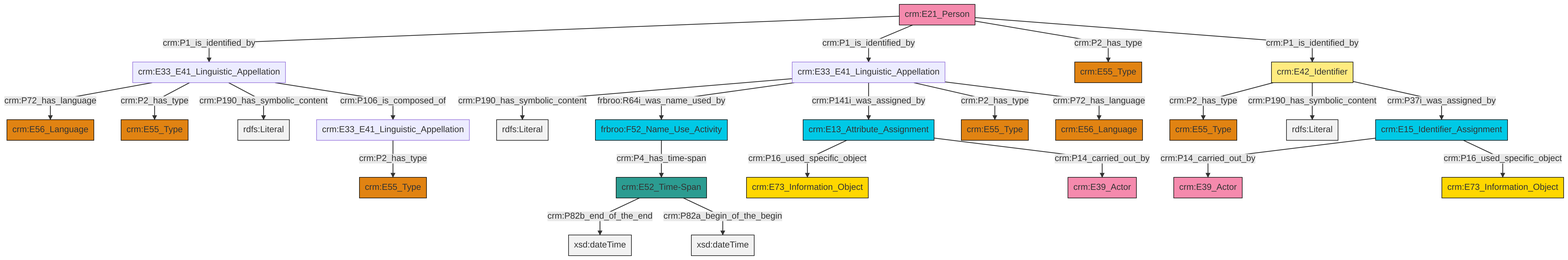
This is et/personCSV/ttl/mmd/png/Person_Names_and_Classification.png from swiss-art-research-net/reference-data-models, a Mermaid export, as it was before one commit. Its source is kept beside it as et/personCSV/ttl/mmd/Person_Names_and_Classification.ttl.mmd.
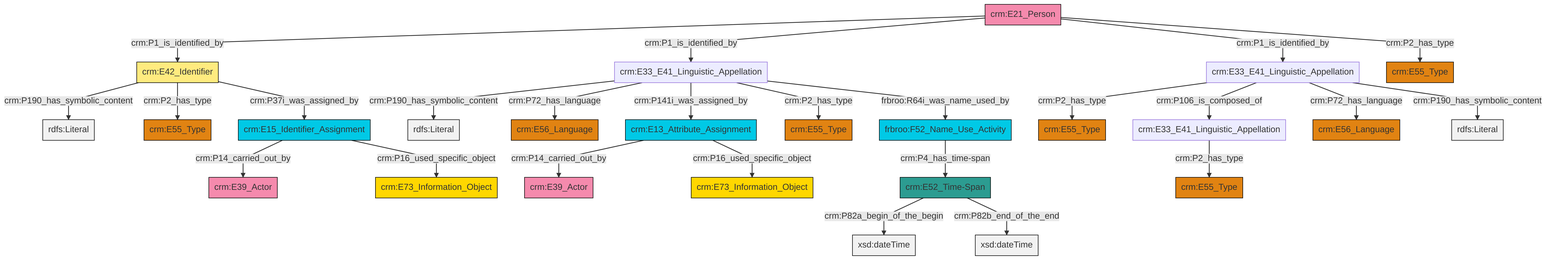
The same diagram one commit later.

Diff of the diagram source:
```diff
@@ -13,27 +13,27 @@
 classDef PC_Classes fill:#4ce600, stroke:#000000;
 classDef Multi fill:#cccccc,stroke:#000000;
 
-0["crm:E33_E41_Linguistic_Appellation"]:::Default -->|crm:P72_has_language| 1["crm:E56_Language"]:::Type
-2["crm:E21_Person"]:::Actor -->|crm:P1_is_identified_by| 0["crm:E33_E41_Linguistic_Appellation"]:::Default
-2["crm:E21_Person"]:::Actor -->|crm:P1_is_identified_by| 3["crm:E33_E41_Linguistic_Appellation"]:::Default
-3["crm:E33_E41_Linguistic_Appellation"]:::Default -->|crm:P190_has_symbolic_content| 4[rdfs:Literal]:::Literal
-0["crm:E33_E41_Linguistic_Appellation"]:::Default -->|crm:P2_has_type| 5["crm:E55_Type"]:::Type
-2["crm:E21_Person"]:::Actor -->|crm:P2_has_type| 7["crm:E55_Type"]:::Type
-11["crm:E33_E41_Linguistic_Appellation"]:::Default -->|crm:P2_has_type| 12["crm:E55_Type"]:::Type
-3["crm:E33_E41_Linguistic_Appellation"]:::Default -->|frbroo:R64i_was_name_used_by| 13["frbroo:F52_Name_Use_Activity"]:::Temporal_Entity
-17["crm:E42_Identifier"]:::Appellation -->|crm:P2_has_type| 15["crm:E55_Type"]:::Type
-17["crm:E42_Identifier"]:::Appellation -->|crm:P190_has_symbolic_content| 18[rdfs:Literal]:::Literal
-0["crm:E33_E41_Linguistic_Appellation"]:::Default -->|crm:P190_has_symbolic_content| 20[rdfs:Literal]:::Literal
-23["crm:E15_Identifier_Assignment"]:::Temporal_Entity -->|crm:P14_carried_out_by| 21["crm:E39_Actor"]:::Actor
-2["crm:E21_Person"]:::Actor -->|crm:P1_is_identified_by| 17["crm:E42_Identifier"]:::Appellation
-9["crm:E13_Attribute_Assignment"]:::Temporal_Entity -->|crm:P16_used_specific_object| 28["crm:E73_Information_Object"]:::Conceptual_Object
-3["crm:E33_E41_Linguistic_Appellation"]:::Default -->|crm:P141i_was_assigned_by| 9["crm:E13_Attribute_Assignment"]:::Temporal_Entity
-9["crm:E13_Attribute_Assignment"]:::Temporal_Entity -->|crm:P14_carried_out_by| 25["crm:E39_Actor"]:::Actor
-0["crm:E33_E41_Linguistic_Appellation"]:::Default -->|crm:P106_is_composed_of| 11["crm:E33_E41_Linguistic_Appellation"]:::Default
-13["frbroo:F52_Name_Use_Activity"]:::Temporal_Entity -->|crm:P4_has_time-span| 35["crm:E52_Time-Span"]:::Time-Span
-23["crm:E15_Identifier_Assignment"]:::Temporal_Entity -->|crm:P16_used_specific_object| 39["crm:E73_Information_Object"]:::Conceptual_Object
-3["crm:E33_E41_Linguistic_Appellation"]:::Default -->|crm:P2_has_type| 30["crm:E55_Type"]:::Type
-17["crm:E42_Identifier"]:::Appellation -->|crm:P37i_was_assigned_by| 23["crm:E15_Identifier_Assignment"]:::Temporal_Entity
-35["crm:E52_Time-Span"]:::Time-Span -->|crm:P82b_end_of_the_end| 41[xsd:dateTime]:::Literal
-3["crm:E33_E41_Linguistic_Appellation"]:::Default -->|crm:P72_has_language| 42["crm:E56_Language"]:::Type
-35["crm:E52_Time-Span"]:::Time-Span -->|crm:P82a_begin_of_the_begin| 46[xsd:dateTime]:::Literal
+8["crm:E33_E41_Linguistic_Appellation"]:::Default -->|crm:P2_has_type| 9["crm:E55_Type"]:::Type
+11["crm:E52_Time-Span"]:::Time-Span -->|crm:P82a_begin_of_the_begin| 12[xsd:dateTime]:::Literal
+15["crm:E21_Person"]:::Actor -->|crm:P1_is_identified_by| 0["crm:E42_Identifier"]:::Appellation
+4["crm:E33_E41_Linguistic_Appellation"]:::Default -->|crm:P190_has_symbolic_content| 18[rdfs:Literal]:::Literal
+19["crm:E13_Attribute_Assignment"]:::Temporal_Entity -->|crm:P14_carried_out_by| 20["crm:E39_Actor"]:::Actor
+0["crm:E42_Identifier"]:::Appellation -->|crm:P190_has_symbolic_content| 21[rdfs:Literal]:::Literal
+16["frbroo:F52_Name_Use_Activity"]:::Temporal_Entity -->|crm:P4_has_time-span| 11["crm:E52_Time-Span"]:::Time-Span
+4["crm:E33_E41_Linguistic_Appellation"]:::Default -->|crm:P72_has_language| 25["crm:E56_Language"]:::Type
+15["crm:E21_Person"]:::Actor -->|crm:P1_is_identified_by| 4["crm:E33_E41_Linguistic_Appellation"]:::Default
+28["crm:E15_Identifier_Assignment"]:::Temporal_Entity -->|crm:P14_carried_out_by| 29["crm:E39_Actor"]:::Actor
+0["crm:E42_Identifier"]:::Appellation -->|crm:P2_has_type| 2["crm:E55_Type"]:::Type
+11["crm:E52_Time-Span"]:::Time-Span -->|crm:P82b_end_of_the_end| 31[xsd:dateTime]:::Literal
+15["crm:E21_Person"]:::Actor -->|crm:P1_is_identified_by| 8["crm:E33_E41_Linguistic_Appellation"]:::Default
+8["crm:E33_E41_Linguistic_Appellation"]:::Default -->|crm:P106_is_composed_of| 32["crm:E33_E41_Linguistic_Appellation"]:::Default
+8["crm:E33_E41_Linguistic_Appellation"]:::Default -->|crm:P72_has_language| 6["crm:E56_Language"]:::Type
+19["crm:E13_Attribute_Assignment"]:::Temporal_Entity -->|crm:P16_used_specific_object| 38["crm:E73_Information_Object"]:::Conceptual_Object
+28["crm:E15_Identifier_Assignment"]:::Temporal_Entity -->|crm:P16_used_specific_object| 39["crm:E73_Information_Object"]:::Conceptual_Object
+4["crm:E33_E41_Linguistic_Appellation"]:::Default -->|crm:P141i_was_assigned_by| 19["crm:E13_Attribute_Assignment"]:::Temporal_Entity
+32["crm:E33_E41_Linguistic_Appellation"]:::Default -->|crm:P2_has_type| 34["crm:E55_Type"]:::Type
+4["crm:E33_E41_Linguistic_Appellation"]:::Default -->|crm:P2_has_type| 23["crm:E55_Type"]:::Type
+0["crm:E42_Identifier"]:::Appellation -->|crm:P37i_was_assigned_by| 28["crm:E15_Identifier_Assignment"]:::Temporal_Entity
+15["crm:E21_Person"]:::Actor -->|crm:P2_has_type| 13["crm:E55_Type"]:::Type
+4["crm:E33_E41_Linguistic_Appellation"]:::Default -->|frbroo:R64i_was_name_used_by| 16["frbroo:F52_Name_Use_Activity"]:::Temporal_Entity
+8["crm:E33_E41_Linguistic_Appellation"]:::Default -->|crm:P190_has_symbolic_content| 45[rdfs:Literal]:::Literal
```
